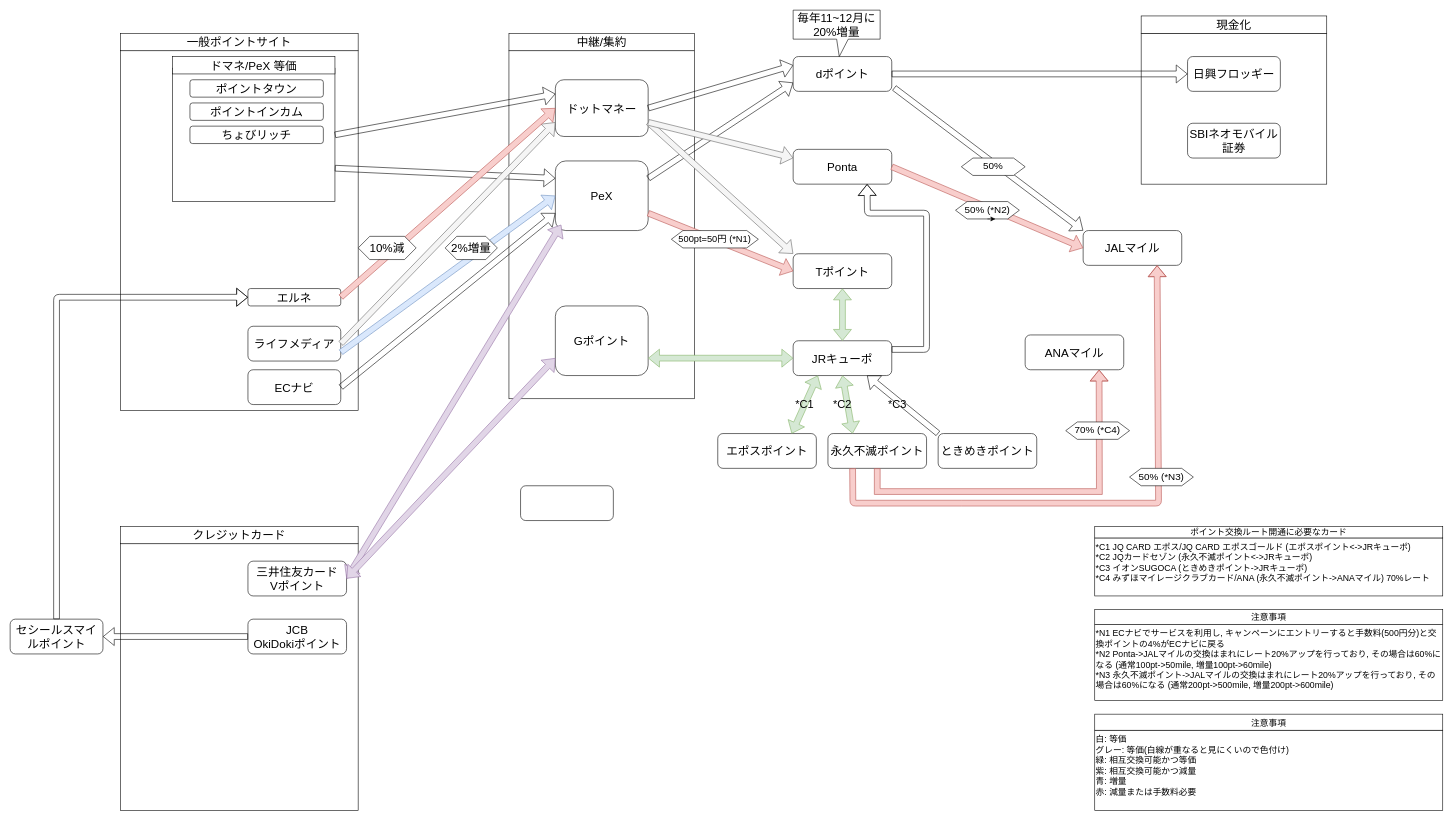
This is ポイントフロー.drawio from hiroxto/point-flow, a draw.io file, before an edit. Source tidied: cells renumbered, new cells numbered last; positions are measured from the earlier drawing's top-left corner, leaving out a move shared by most shapes. Both pictures are drawn from the tidied source at 58%, with x=0, y=0 at pixel (10, 10).
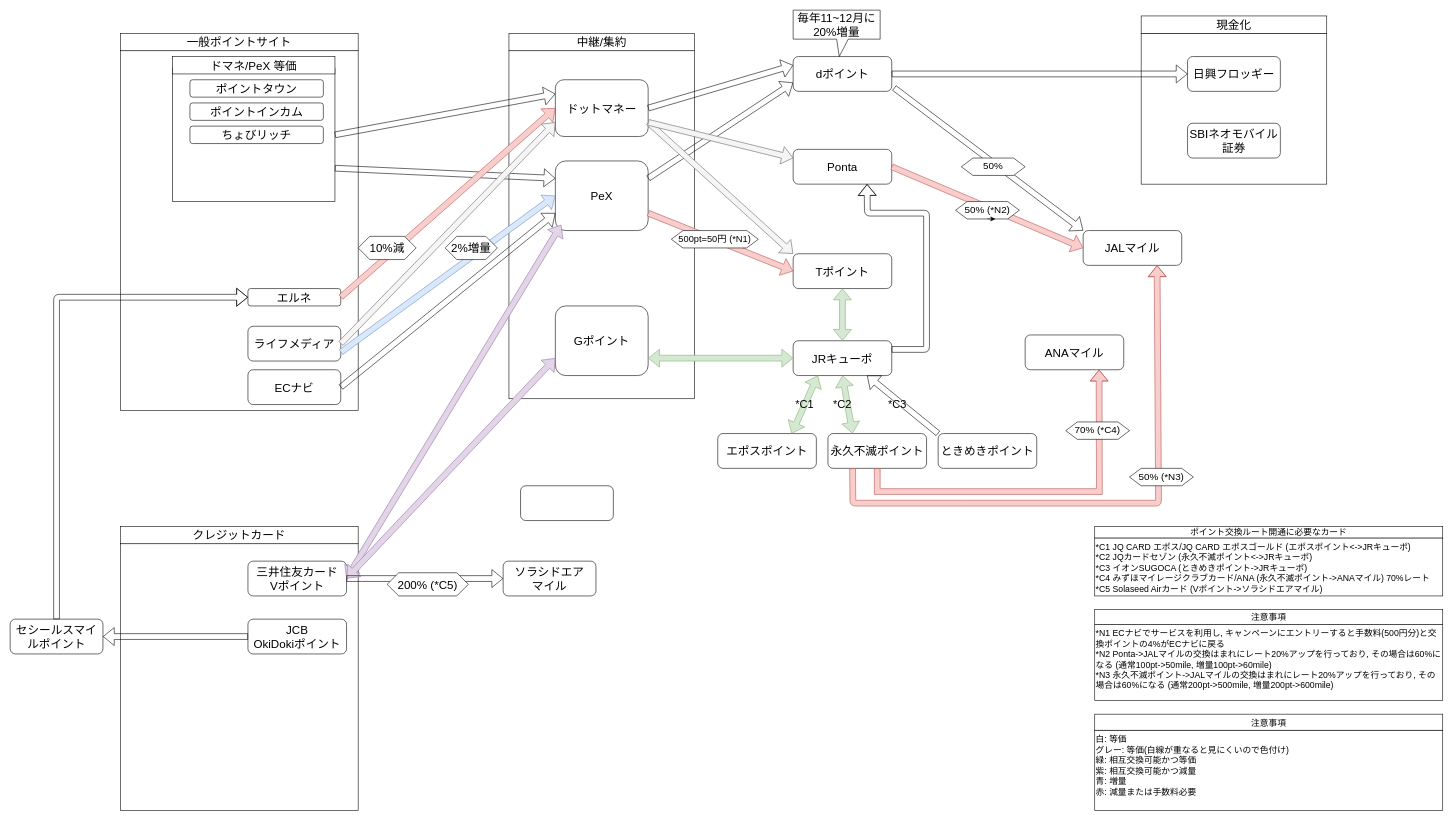
After the change.

Commit message:
ソラシドエアマイルのルートを追加

Unchanged cells that the change refers to:
```xml
<mxCell id="18" value="&lt;div&gt;三井住友カード&lt;/div&gt;&lt;div&gt;Vポイント&lt;br&gt;&lt;/div&gt;" style="rounded=1;whiteSpace=wrap;html=1;fontSize=20;align=center;" parent="1" vertex="1">
  <mxGeometry x="410" y="950" width="170" height="60" as="geometry" />
</mxCell>
<mxCell id="66" style="group;" parent="65" vertex="1">
  <mxGeometry y="10" width="600" height="120" as="geometry" />
</mxCell>
```

Diff of the diagram source:
```diff
@@
-    <mxCell id="67" value="&lt;font style=&quot;font-size: 15px&quot;&gt;*C1 JQ CARD エポス/JQ CARD エポスゴールド (エポスポイント&amp;lt;-&amp;gt;JRキューポ)&lt;br&gt;*C2 JQカードセゾン (永久不滅ポイント&amp;lt;-&amp;gt;JRキューポ)&lt;br&gt;*C3 イオンSUGOCA (ときめきポイント-&amp;gt;JRキューポ)&lt;br&gt;*C4 みずほマイレージクラブカード/ANA (永久不滅ポイント-&amp;gt;ANAマイル) 70%レート&lt;br&gt;&lt;/font&gt;" style="rounded=0;whiteSpace=wrap;html=1;fontSize=12;align=left;verticalAlign=top;" parent="66" vertex="1">
+    <mxCell id="67" value="&lt;font style=&quot;font-size: 15px&quot;&gt;*C1 JQ CARD エポス/JQ CARD エポスゴールド (エポスポイント&amp;lt;-&amp;gt;JRキューポ)&lt;br&gt;*C2 JQカードセゾン (永久不滅ポイント&amp;lt;-&amp;gt;JRキューポ)&lt;br&gt;*C3 イオンSUGOCA (ときめきポイント-&amp;gt;JRキューポ)&lt;br&gt;*C4 みずほマイレージクラブカード/ANA (永久不滅ポイント-&amp;gt;ANAマイル) 70%レート&lt;br&gt;*C5 Solaseed Airカード (Vポイント-&amp;gt;ソラシドエアマイル)&lt;br&gt;&lt;/font&gt;" style="rounded=0;whiteSpace=wrap;html=1;fontSize=12;align=left;verticalAlign=top;" parent="66" vertex="1">
       <mxGeometry y="20" width="600" height="100" as="geometry" />
     </mxCell>
@@
+    <mxCell id="88" value="ソラシドエア&lt;br&gt;マイル" style="rounded=1;whiteSpace=wrap;html=1;fontSize=20;" parent="1" vertex="1">
+      <mxGeometry x="850" y="950" width="160" height="60" as="geometry" />
+    </mxCell>
+    <mxCell id="89" style="shape=flexArrow;endArrow=classic;html=1;rounded=0;entryX=0;entryY=0.5;entryDx=0;entryDy=0;exitX=1;exitY=0.5;exitDx=0;exitDy=0;" parent="1" edge="1" source="18" target="88">
+      <mxGeometry relative="1" as="geometry" />
+    </mxCell>
+    <mxCell id="90" value="&lt;div align=&quot;center&quot;&gt;200% (*C5)&lt;/div&gt;" style="shape=hexagon;perimeter=hexagonPerimeter2;whiteSpace=wrap;html=1;fixedSize=1;fontSize=20;align=center;" parent="1" vertex="1">
+      <mxGeometry x="650" y="970" width="140" height="40" as="geometry" />
+    </mxCell>
```
